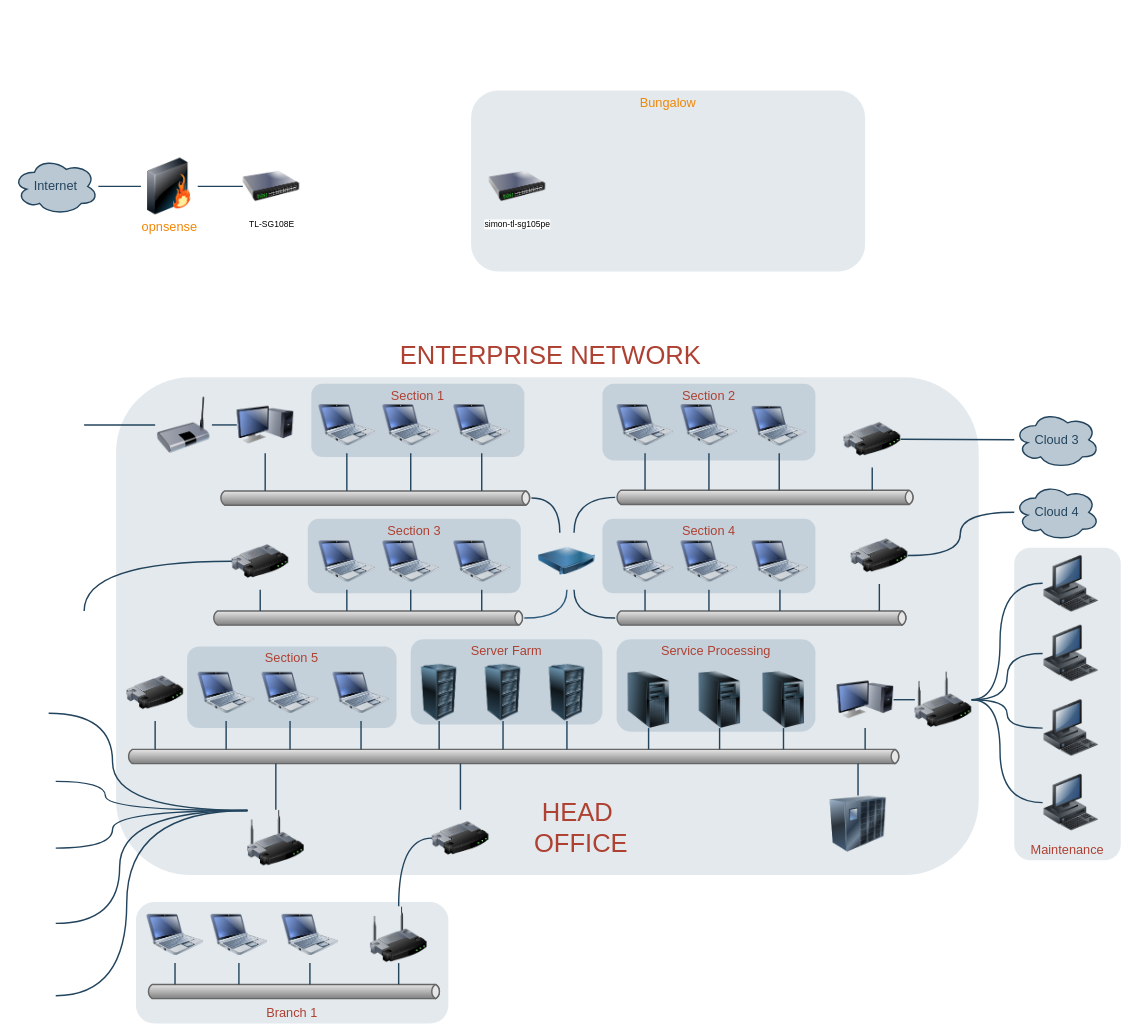
The draw.io diagram network/Untitled Diagram.drawio in lyricnz/draw.io, before the edit. Source tidied: cells renumbered, new cells numbered last; positions are measured from the earlier drawing's top-left corner, leaving out a move shared by most shapes. Both pictures are drawn from the tidied source at 71%, with x=0, y=0 at pixel (13, 90). Pictures stored in the file or linked from it are replaced by grey dashed boxes.
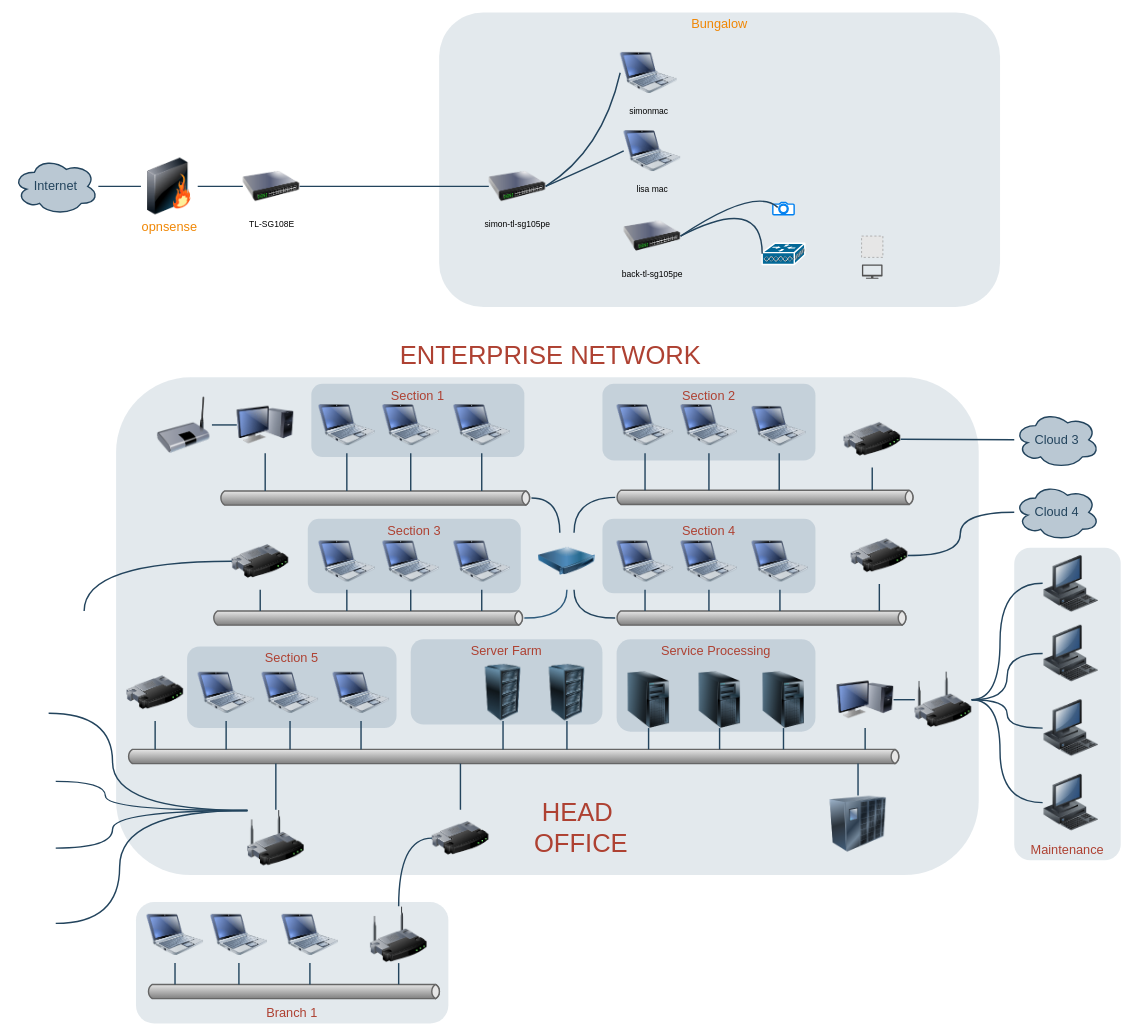
The same page after the edit.

The change refers to these unchanged cells:
```xml
<mxCell id="18" style="image;html=1;image=img/lib/clip_art/networking/Bridge_128x128.png;shadow=0;strokeColor=#000000;fillColor=#FFFFFF;gradientColor=none;fontSize=18;fontColor=#F08705;fontStyle=0;" parent="1" vertex="1">
  <mxGeometry x="200" y="431" width="80" height="80" as="geometry" />
</mxCell>
<mxCell id="43" style="strokeWidth=2;strokeColor=#666666;dashed=0;align=center;html=1;fontSize=8;shape=mxgraph.eip.messageChannel;shadow=0;fillColor=#FFFFFF;gradientColor=none;fontColor=#F08705;fontStyle=0;" parent="1" vertex="1">
  <mxGeometry x="160" y="928" width="1090" height="20" as="geometry" />
</mxCell>
<mxCell id="48" style="image;html=1;image=img/lib/clip_art/networking/Wireless_Router_128x128.png;shadow=0;strokeColor=#000000;fillColor=#FFFFFF;gradientColor=none;fontSize=18;fontColor=#F08705;fontStyle=0;" parent="1" vertex="1">
  <mxGeometry x="330" y="1013" width="80" height="80" as="geometry" />
</mxCell>
<mxCell id="59" value="opnsense" style="image;html=1;image=img/lib/clip_art/networking/Firewall_128x128.png;shadow=0;strokeColor=#000000;fillColor=#FFFFFF;gradientColor=none;fontSize=18;fontColor=#F08705;fontStyle=0;" parent="1" vertex="1">
  <mxGeometry x="180" y="95" width="80" height="80" as="geometry" />
</mxCell>
<mxCell id="122" value="TL-SG108E" style="image;html=1;image=img/lib/clip_art/networking/Switch_128x128.png;" parent="1" vertex="1">
  <mxGeometry x="323.5" y="95" width="80" height="80" as="geometry" />
</mxCell>
```

Change to the diagram source:
```diff
@@
+    <mxCell id="123" value="Bungalow" style="rounded=1;whiteSpace=wrap;html=1;shadow=0;strokeColor=none;fillColor=#BAC8D3;gradientColor=none;fontSize=18;fontColor=#F08705;opacity=40;fontStyle=0;strokeWidth=3;verticalAlign=top;" parent="1" vertex="1">
+      <mxGeometry x="600" y="-110" width="790" height="415" as="geometry" />
+    </mxCell>
@@
-    <mxCell id="34" style="image;html=1;image=img/lib/clip_art/computers/Server_Rack_128x128.png;shadow=0;strokeColor=#000000;fillColor=#FFFFFF;gradientColor=none;fontSize=18;fontColor=#F08705;fontStyle=0;" parent="1" vertex="1">
-      <mxGeometry x="560" y="808" width="80" height="80" as="geometry" />
-    </mxCell>
@@
-    <mxCell id="74" style="edgeStyle=elbowEdgeStyle;strokeWidth=2;rounded=0;endArrow=none;startArrow=none;startSize=10;endSize=10;dashed=0;html=1;strokeColor=#23445D;fontSize=18;fontColor=#F08705;startFill=0;endFill=0;fontStyle=0;" parent="1" edge="1" source="34" target="43">
-      <mxGeometry relative="1" as="geometry" />
-    </mxCell>
@@
-    <mxCell id="80" style="strokeWidth=2;rounded=0;endArrow=none;startArrow=none;startSize=10;endSize=10;dashed=0;html=1;strokeColor=#23445D;fontSize=18;fontColor=#F08705;startFill=0;endFill=0;fontStyle=0;entryX=0;entryY=0.5;entryDx=0;entryDy=0;" parent="1" edge="1" source="59" target="122">
+    <mxCell id="80" style="strokeWidth=2;rounded=0;endArrow=none;startArrow=none;startSize=10;endSize=10;dashed=0;html=1;strokeColor=#23445D;fontSize=18;fontColor=#F08705;startFill=0;endFill=0;fontStyle=0;entryX=0;entryY=0.5;entryDx=0;entryDy=0;exitX=1;exitY=0.5;exitDx=0;exitDy=0;" parent="1" edge="1" source="59" target="122">
       <mxGeometry relative="1" as="geometry" />
     </mxCell>
@@
-    <mxCell id="88" style="edgeStyle=orthogonalEdgeStyle;rounded=0;html=1;startArrow=none;startFill=0;endArrow=none;endFill=0;fontSize=18;fontColor=#F08705;strokeColor=#23445D;strokeWidth=2;curved=1;fontStyle=0;" parent="1" edge="1" source="18">
-      <mxGeometry relative="1" as="geometry">
-        <mxPoint x="100" y="471" as="targetPoint" />
-      </mxGeometry>
-    </mxCell>
@@
-    <mxCell id="109" style="edgeStyle=orthogonalEdgeStyle;rounded=0;html=1;startArrow=none;startFill=0;endArrow=none;endFill=0;fontSize=18;fontColor=#F08705;strokeColor=#23445D;strokeWidth=2;curved=1;fontStyle=0;" parent="1" edge="1" target="48">
-      <mxGeometry relative="1" as="geometry">
-        <mxPoint x="60" y="1275" as="sourcePoint" />
-        <Array as="points">
-          <mxPoint x="160" y="1275" />
-          <mxPoint x="160" y="1014" />
-        </Array>
-      </mxGeometry>
-    </mxCell>
@@
-    <mxCell id="123" value="Bungalow" style="rounded=1;whiteSpace=wrap;html=1;shadow=0;strokeColor=none;fillColor=#BAC8D3;gradientColor=none;fontSize=18;fontColor=#F08705;opacity=40;fontStyle=0;strokeWidth=3;verticalAlign=top;" parent="1" vertex="1">
-      <mxGeometry x="645" width="555" height="255" as="geometry" />
-    </mxCell>
-    <mxCell id="124" value="simon-tl-sg105pe" style="image;html=1;image=img/lib/clip_art/networking/Switch_128x128.png;" parent="1" vertex="1">
+    <mxCell id="124" value="simon-tl-sg105pe" style="image;html=1;image=img/lib/clip_art/networking/Switch_128x128.png;labelBackgroundColor=none;" parent="1" vertex="1">
       <mxGeometry x="670" y="95" width="80" height="80" as="geometry" />
     </mxCell>
+    <mxCell id="125" value="simonmac" style="image;html=1;image=img/lib/clip_art/computers/Netbook_128x128.png;shadow=0;strokeColor=#000000;fillColor=#FFFFFF;gradientColor=none;fontSize=12;fontColor=default;fontStyle=0;labelBackgroundColor=none;verticalAlign=top;" parent="1" vertex="1">
+      <mxGeometry x="855" y="-65" width="80" height="80" as="geometry" />
+    </mxCell>
+    <mxCell id="126" style="strokeWidth=2;rounded=0;endArrow=none;startArrow=none;startSize=10;endSize=10;dashed=0;html=1;strokeColor=#23445D;fontSize=18;fontColor=#F08705;startFill=0;endFill=0;fontStyle=0;entryX=0;entryY=0.5;entryDx=0;entryDy=0;exitX=1;exitY=0.5;exitDx=0;exitDy=0;" parent="1" edge="1" source="122" target="124">
+      <mxGeometry relative="1" as="geometry" />
+    </mxCell>
+    <mxCell id="127" style="strokeWidth=2;endArrow=none;startArrow=none;startSize=10;endSize=10;dashed=0;html=1;strokeColor=#23445D;fontSize=18;fontColor=#F08705;startFill=0;endFill=0;fontStyle=0;entryX=0;entryY=0.5;entryDx=0;entryDy=0;exitX=1;exitY=0.5;exitDx=0;exitDy=0;curved=1;" parent="1" edge="1" source="124" target="125">
+      <mxGeometry relative="1" as="geometry">
+        <Array as="points">
+          <mxPoint x="830" y="85" />
+        </Array>
+      </mxGeometry>
+    </mxCell>
+    <mxCell id="128" value="lisa mac" style="image;html=1;image=img/lib/clip_art/computers/Netbook_128x128.png;shadow=0;strokeColor=#000000;fillColor=#FFFFFF;gradientColor=none;fontSize=12;fontColor=default;fontStyle=0;labelBackgroundColor=none;verticalAlign=top;" parent="1" vertex="1">
+      <mxGeometry x="860" y="45" width="80" height="80" as="geometry" />
+    </mxCell>
+    <mxCell id="129" style="strokeWidth=2;endArrow=none;startArrow=none;startSize=10;endSize=10;dashed=0;html=1;strokeColor=#23445D;fontSize=18;fontColor=#F08705;startFill=0;endFill=0;fontStyle=0;entryX=0;entryY=0.5;entryDx=0;entryDy=0;exitX=1;exitY=0.5;exitDx=0;exitDy=0;curved=1;" parent="1" edge="1" source="124" target="128">
+      <mxGeometry relative="1" as="geometry">
+        <Array as="points">
+          <mxPoint x="840" y="95" />
+        </Array>
+      </mxGeometry>
+    </mxCell>
+    <mxCell id="130" value="back-tl-sg105pe" style="image;html=1;image=img/lib/clip_art/networking/Switch_128x128.png;labelBackgroundColor=none;" parent="1" vertex="1">
+      <mxGeometry x="860" y="165" width="80" height="80" as="geometry" />
+    </mxCell>
+    <mxCell id="131" style="html=1;verticalLabelPosition=bottom;align=center;labelBackgroundColor=#ffffff;verticalAlign=top;strokeWidth=2;strokeColor=#0080F0;shadow=0;dashed=0;shape=mxgraph.ios7.icons.camera;fontSize=12;fontColor=default;" parent="1" vertex="1">
+      <mxGeometry x="1070" y="157.6" width="30" height="17.4" as="geometry" />
+    </mxCell>
+    <mxCell id="132" style="strokeWidth=2;endArrow=none;startArrow=none;startSize=10;endSize=10;dashed=0;html=1;strokeColor=#23445D;fontSize=18;fontColor=#F08705;startFill=0;endFill=0;fontStyle=0;entryX=0.229;entryY=0.401;entryDx=0;entryDy=0;exitX=1;exitY=0.5;exitDx=0;exitDy=0;curved=1;entryPerimeter=0;" parent="1" edge="1" source="130" target="131">
+      <mxGeometry relative="1" as="geometry">
+        <Array as="points">
+          <mxPoint x="1045" y="135" />
+        </Array>
+      </mxGeometry>
+    </mxCell>
+    <mxCell id="133" style="shape=mxgraph.cisco.misc.mesh_ap;html=1;dashed=0;fillColor=#036897;strokeColor=#ffffff;strokeWidth=2;verticalLabelPosition=bottom;verticalAlign=top;align=center;outlineConnect=0;labelBackgroundColor=none;fontSize=12;fontColor=default;" parent="1" vertex="1">
+      <mxGeometry x="1055" y="215" width="60" height="30" as="geometry" />
+    </mxCell>
+    <mxCell id="134" style="strokeWidth=2;endArrow=none;startArrow=none;startSize=10;endSize=10;dashed=0;html=1;strokeColor=#23445D;fontSize=18;fontColor=#F08705;startFill=0;endFill=0;fontStyle=0;entryX=0;entryY=0.5;entryDx=0;entryDy=0;exitX=1;exitY=0.5;exitDx=0;exitDy=0;curved=1;entryPerimeter=0;" parent="1" edge="1" source="130" target="133">
+      <mxGeometry relative="1" as="geometry">
+        <Array as="points">
+          <mxPoint x="1055" y="145" />
+        </Array>
+      </mxGeometry>
+    </mxCell>
+    <mxCell id="135" style="fillColor=#E6E6E6;strokeColor=#999999;dashed=1;html=1;verticalAlign=top;verticalLabelPosition=bottom;labelBackgroundColor=#ffffff;fontSize=12;fontColor=default;" parent="1" vertex="1">
+      <mxGeometry x="1195" y="205" width="30" height="30" as="geometry" />
+    </mxCell>
+    <mxCell id="136" style="sketch=0;shadow=0;dashed=0;html=1;strokeColor=none;fillColor=#505050;labelPosition=center;verticalLabelPosition=bottom;verticalAlign=top;align=center;shape=mxgraph.office.devices.tv;labelBackgroundColor=none;fontSize=12;fontColor=default;" parent="1" vertex="1">
+      <mxGeometry x="1195.5" y="245" width="29" height="20" as="geometry" />
+    </mxCell>
```
